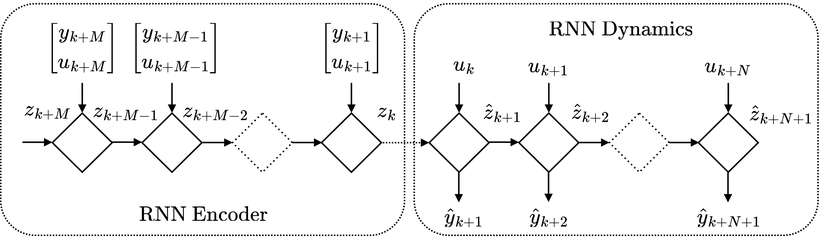
Earlier version of the draw.io export assets/img/blog/RNN-encoder.png (shamilmamedov/shamilmamedov.github.io). Source tidied: cells renumbered, new cells last; positions are measured from the earlier drawing's top-left corner, leaving out a move shared by most shapes.
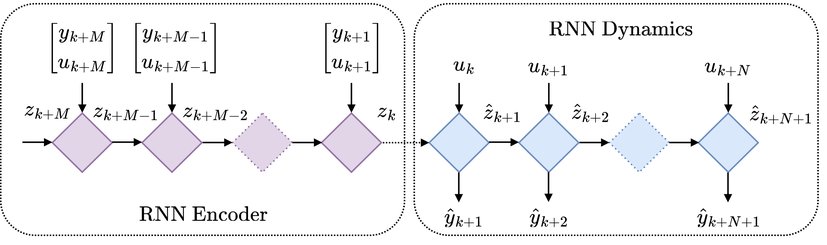
Above is the later version.

Diff of the diagram source:
```diff
@@ -2,190 +2,190 @@
   <root>
     <mxCell id="0" />
     <mxCell id="1" parent="0" />
-    <mxCell id="2" style="rhombus;whiteSpace=wrap;html=1;fillColor=none;" parent="1" vertex="1">
-      <mxGeometry x="34.5" y="73.2" width="40" height="39.5" as="geometry" />
+    <mxCell id="2" style="rounded=1;whiteSpace=wrap;html=1;fillColor=none;dashed=1;dashPattern=1 1;" parent="1" vertex="1">
+      <mxGeometry y="43" width="270" height="155" as="geometry" />
     </mxCell>
-    <mxCell id="3" style="rhombus;whiteSpace=wrap;html=1;fillColor=none;" parent="1" vertex="1">
-      <mxGeometry x="94.5" y="73.2" width="40" height="39.5" as="geometry" />
+    <mxCell id="3" style="rounded=1;whiteSpace=wrap;html=1;fillColor=none;dashed=1;dashPattern=1 1;" parent="1" vertex="1">
+      <mxGeometry x="276.5" y="43" width="270" height="155" as="geometry" />
     </mxCell>
-    <mxCell id="4" style="endArrow=block;html=1;rounded=0;endSize=3;endFill=1;" parent="1" edge="1">
-      <mxGeometry relative="1" as="geometry">
-        <mxPoint x="74.5" y="92.7" as="sourcePoint" />
-        <mxPoint x="94.5" y="92.7" as="targetPoint" />
-      </mxGeometry>
+    <mxCell id="4" style="rhombus;whiteSpace=wrap;html=1;fillColor=#e1d5e7;strokeColor=#9673a6;" parent="1" vertex="1">
+      <mxGeometry x="34.5" y="116.2" width="40" height="39.5" as="geometry" />
     </mxCell>
-    <mxCell id="5" value="$$z_{k+M-1}$$" style="text;html=1;strokeColor=none;fillColor=none;align=center;verticalAlign=middle;whiteSpace=wrap;rounded=0;" parent="1" vertex="1">
-      <mxGeometry x="53.5" y="56" width="60" height="30" as="geometry" />
+    <mxCell id="5" style="rhombus;whiteSpace=wrap;html=1;fillColor=#e1d5e7;strokeColor=#9673a6;" parent="1" vertex="1">
+      <mxGeometry x="94.5" y="116.2" width="40" height="39.5" as="geometry" />
     </mxCell>
-    <mxCell id="6" style="rhombus;whiteSpace=wrap;html=1;dashed=1;dashPattern=1 2;fillColor=none;" parent="1" vertex="1">
-      <mxGeometry x="155" y="73.2" width="40" height="39.5" as="geometry" />
+    <mxCell id="6" style="endArrow=block;html=1;rounded=0;endSize=3;endFill=1;" parent="1" edge="1">
+      <mxGeometry relative="1" as="geometry">
+        <mxPoint x="74.5" y="135.7" as="sourcePoint" />
+        <mxPoint x="94.5" y="135.7" as="targetPoint" />
+      </mxGeometry>
     </mxCell>
-    <mxCell id="7" style="endArrow=block;html=1;rounded=0;endSize=3;endFill=1;" parent="1" edge="1">
-      <mxGeometry relative="1" as="geometry">
-        <mxPoint x="135" y="92.9" as="sourcePoint" />
-        <mxPoint x="155" y="92.9" as="targetPoint" />
-      </mxGeometry>
+    <mxCell id="7" value="$$z_{k+M-1}$$" style="text;html=1;strokeColor=none;fillColor=none;align=center;verticalAlign=middle;whiteSpace=wrap;rounded=0;" parent="1" vertex="1">
+      <mxGeometry x="53.5" y="99" width="60" height="30" as="geometry" />
     </mxCell>
-    <mxCell id="8" style="rhombus;whiteSpace=wrap;html=1;fillColor=none;" parent="1" vertex="1">
-      <mxGeometry x="214.5" y="73.2" width="40" height="39.5" as="geometry" />
+    <mxCell id="8" style="rhombus;whiteSpace=wrap;html=1;dashed=1;dashPattern=1 2;fillColor=#e1d5e7;strokeColor=#9673a6;" parent="1" vertex="1">
+      <mxGeometry x="155" y="116.2" width="40" height="39.5" as="geometry" />
     </mxCell>
-    <mxCell id="9" value="$$z_{k}$$" style="text;html=1;strokeColor=none;fillColor=none;align=center;verticalAlign=middle;whiteSpace=wrap;rounded=0;" parent="1" vertex="1">
-      <mxGeometry x="229" y="56" width="60" height="30" as="geometry" />
+    <mxCell id="9" style="endArrow=block;html=1;rounded=0;endSize=3;endFill=1;" parent="1" edge="1">
+      <mxGeometry relative="1" as="geometry">
+        <mxPoint x="135" y="135.9" as="sourcePoint" />
+        <mxPoint x="155" y="135.9" as="targetPoint" />
+      </mxGeometry>
     </mxCell>
-    <mxCell id="10" style="endArrow=block;html=1;rounded=0;endSize=3;endFill=1;" parent="1" edge="1">
-      <mxGeometry relative="1" as="geometry">
-        <mxPoint x="195" y="92.9" as="sourcePoint" />
-        <mxPoint x="215" y="92.9" as="targetPoint" />
-      </mxGeometry>
+    <mxCell id="10" style="rhombus;whiteSpace=wrap;html=1;fillColor=#e1d5e7;strokeColor=#9673a6;" parent="1" vertex="1">
+      <mxGeometry x="214.5" y="116.2" width="40" height="39.5" as="geometry" />
     </mxCell>
-    <mxCell id="11" style="endArrow=block;html=1;rounded=0;endSize=3;endFill=1;" parent="1" edge="1">
-      <mxGeometry relative="1" as="geometry">
-        <mxPoint x="54.5" y="53" as="sourcePoint" />
-        <mxPoint x="54.5" y="73" as="targetPoint" />
-      </mxGeometry>
+    <mxCell id="11" value="$$z_{k}$$" style="text;html=1;strokeColor=none;fillColor=none;align=center;verticalAlign=middle;whiteSpace=wrap;rounded=0;" parent="1" vertex="1">
+      <mxGeometry x="229" y="99" width="60" height="30" as="geometry" />
     </mxCell>
-    <mxCell id="12" value="$$z_{k+M}$$" style="text;html=1;strokeColor=none;fillColor=none;align=center;verticalAlign=middle;whiteSpace=wrap;rounded=0;" parent="1" vertex="1">
-      <mxGeometry x="2" y="55" width="60" height="30" as="geometry" />
+    <mxCell id="12" style="endArrow=block;html=1;rounded=0;endSize=3;endFill=1;" parent="1" edge="1">
+      <mxGeometry relative="1" as="geometry">
+        <mxPoint x="195" y="135.9" as="sourcePoint" />
+        <mxPoint x="215" y="135.9" as="targetPoint" />
+      </mxGeometry>
     </mxCell>
-    <mxCell id="13" value="$$\begin{bmatrix}&lt;br&gt;y_{k+M} \\ u_{k+M}&lt;br&gt;\end{bmatrix}$$" style="text;html=1;strokeColor=none;fillColor=none;align=center;verticalAlign=middle;whiteSpace=wrap;rounded=0;" parent="1" vertex="1">
-      <mxGeometry x="24.5" y="15" width="60" height="30" as="geometry" />
+    <mxCell id="13" style="endArrow=block;html=1;rounded=0;endSize=3;endFill=1;" parent="1" edge="1">
+      <mxGeometry relative="1" as="geometry">
+        <mxPoint x="54.5" y="96" as="sourcePoint" />
+        <mxPoint x="54.5" y="116" as="targetPoint" />
+      </mxGeometry>
     </mxCell>
-    <mxCell id="14" style="endArrow=block;html=1;rounded=0;endSize=3;endFill=1;" parent="1" edge="1">
-      <mxGeometry relative="1" as="geometry">
-        <mxPoint x="114.5" y="53" as="sourcePoint" />
-        <mxPoint x="114.5" y="73" as="targetPoint" />
-      </mxGeometry>
+    <mxCell id="14" value="$$z_{k+M}$$" style="text;html=1;strokeColor=none;fillColor=none;align=center;verticalAlign=middle;whiteSpace=wrap;rounded=0;" parent="1" vertex="1">
+      <mxGeometry x="2" y="98" width="60" height="30" as="geometry" />
     </mxCell>
-    <mxCell id="15" style="endArrow=block;html=1;rounded=0;endSize=3;endFill=1;" parent="1" edge="1">
-      <mxGeometry relative="1" as="geometry">
-        <mxPoint x="234.5" y="53" as="sourcePoint" />
-        <mxPoint x="234.5" y="73" as="targetPoint" />
-      </mxGeometry>
+    <mxCell id="15" value="$$\begin{bmatrix}&lt;br&gt;y_{k+M} \\ u_{k+M}&lt;br&gt;\end{bmatrix}$$" style="text;html=1;strokeColor=none;fillColor=none;align=center;verticalAlign=middle;whiteSpace=wrap;rounded=0;" parent="1" vertex="1">
+      <mxGeometry x="24.5" y="58" width="60" height="30" as="geometry" />
     </mxCell>
     <mxCell id="16" style="endArrow=block;html=1;rounded=0;endSize=3;endFill=1;" parent="1" edge="1">
       <mxGeometry relative="1" as="geometry">
-        <mxPoint x="14.5" y="92.7" as="sourcePoint" />
-        <mxPoint x="34.5" y="92.7" as="targetPoint" />
+        <mxPoint x="114.5" y="96" as="sourcePoint" />
+        <mxPoint x="114.5" y="116" as="targetPoint" />
       </mxGeometry>
     </mxCell>
-    <mxCell id="17" value="$$z_{k+M-2}$$" style="text;html=1;strokeColor=none;fillColor=none;align=center;verticalAlign=middle;whiteSpace=wrap;rounded=0;" parent="1" vertex="1">
-      <mxGeometry x="114" y="56" width="60" height="30" as="geometry" />
+    <mxCell id="17" style="endArrow=block;html=1;rounded=0;endSize=3;endFill=1;" parent="1" edge="1">
+      <mxGeometry relative="1" as="geometry">
+        <mxPoint x="234.5" y="96" as="sourcePoint" />
+        <mxPoint x="234.5" y="116" as="targetPoint" />
+      </mxGeometry>
     </mxCell>
-    <mxCell id="18" value="$$\begin{bmatrix}&lt;br&gt;y_{k+M-1} \\ u_{k+M-1}&lt;br&gt;\end{bmatrix}$$" style="text;html=1;strokeColor=none;fillColor=none;align=center;verticalAlign=middle;whiteSpace=wrap;rounded=0;" parent="1" vertex="1">
-      <mxGeometry x="86.7" y="15" width="60" height="30" as="geometry" />
+    <mxCell id="18" style="endArrow=block;html=1;rounded=0;endSize=3;endFill=1;" parent="1" edge="1">
+      <mxGeometry relative="1" as="geometry">
+        <mxPoint x="14.5" y="135.7" as="sourcePoint" />
+        <mxPoint x="34.5" y="135.7" as="targetPoint" />
+      </mxGeometry>
     </mxCell>
-    <mxCell id="19" value="$$\begin{bmatrix}&lt;br&gt;y_{k+1} \\ u_{k+1}&lt;br&gt;\end{bmatrix}$$" style="text;html=1;strokeColor=none;fillColor=none;align=center;verticalAlign=middle;whiteSpace=wrap;rounded=0;" parent="1" vertex="1">
-      <mxGeometry x="204.5" y="15" width="60" height="30" as="geometry" />
+    <mxCell id="19" value="$$z_{k+M-2}$$" style="text;html=1;strokeColor=none;fillColor=none;align=center;verticalAlign=middle;whiteSpace=wrap;rounded=0;" parent="1" vertex="1">
+      <mxGeometry x="114" y="99" width="60" height="30" as="geometry" />
     </mxCell>
-    <mxCell id="20" style="rhombus;whiteSpace=wrap;html=1;fillColor=none;" parent="1" vertex="1">
-      <mxGeometry x="286.5" y="73.2" width="40" height="39.5" as="geometry" />
+    <mxCell id="20" value="$$\begin{bmatrix}&lt;br&gt;y_{k+M-1} \\ u_{k+M-1}&lt;br&gt;\end{bmatrix}$$" style="text;html=1;strokeColor=none;fillColor=none;align=center;verticalAlign=middle;whiteSpace=wrap;rounded=0;" parent="1" vertex="1">
+      <mxGeometry x="86.7" y="58" width="60" height="30" as="geometry" />
     </mxCell>
-    <mxCell id="21" style="rhombus;whiteSpace=wrap;html=1;fillColor=none;" parent="1" vertex="1">
-      <mxGeometry x="346.5" y="73.2" width="40" height="39.5" as="geometry" />
+    <mxCell id="21" value="$$\begin{bmatrix}&lt;br&gt;y_{k+1} \\ u_{k+1}&lt;br&gt;\end{bmatrix}$$" style="text;html=1;strokeColor=none;fillColor=none;align=center;verticalAlign=middle;whiteSpace=wrap;rounded=0;" parent="1" vertex="1">
+      <mxGeometry x="204.5" y="58" width="60" height="30" as="geometry" />
     </mxCell>
-    <mxCell id="22" style="endArrow=block;html=1;rounded=0;endSize=3;endFill=1;" parent="1" edge="1">
-      <mxGeometry relative="1" as="geometry">
-        <mxPoint x="326.5" y="92.7" as="sourcePoint" />
-        <mxPoint x="346.5" y="92.7" as="targetPoint" />
-      </mxGeometry>
+    <mxCell id="22" style="rhombus;whiteSpace=wrap;html=1;fillColor=#dae8fc;strokeColor=#6c8ebf;" parent="1" vertex="1">
+      <mxGeometry x="286.5" y="116.2" width="40" height="39.5" as="geometry" />
     </mxCell>
-    <mxCell id="23" value="$$\hat z_{k+1}$$" style="text;html=1;strokeColor=none;fillColor=none;align=center;verticalAlign=middle;whiteSpace=wrap;rounded=0;" parent="1" vertex="1">
-      <mxGeometry x="305.5" y="57" width="60" height="30" as="geometry" />
+    <mxCell id="23" style="rhombus;whiteSpace=wrap;html=1;fillColor=#dae8fc;strokeColor=#6c8ebf;" parent="1" vertex="1">
+      <mxGeometry x="346.5" y="116.2" width="40" height="39.5" as="geometry" />
     </mxCell>
-    <mxCell id="24" value="$$\hat z_{k+2}$$" style="text;html=1;strokeColor=none;fillColor=none;align=center;verticalAlign=middle;whiteSpace=wrap;rounded=0;" parent="1" vertex="1">
-      <mxGeometry x="365" y="57" width="60" height="30" as="geometry" />
+    <mxCell id="24" style="endArrow=block;html=1;rounded=0;endSize=3;endFill=1;" parent="1" edge="1">
+      <mxGeometry relative="1" as="geometry">
+        <mxPoint x="326.5" y="135.7" as="sourcePoint" />
+        <mxPoint x="346.5" y="135.7" as="targetPoint" />
+      </mxGeometry>
     </mxCell>
-    <mxCell id="25" style="rhombus;whiteSpace=wrap;html=1;dashed=1;dashPattern=1 2;fillColor=none;" parent="1" vertex="1">
-      <mxGeometry x="407" y="73.2" width="40" height="39.5" as="geometry" />
+    <mxCell id="25" value="$$\hat z_{k+1}$$" style="text;html=1;strokeColor=none;fillColor=none;align=center;verticalAlign=middle;whiteSpace=wrap;rounded=0;" parent="1" vertex="1">
+      <mxGeometry x="305.5" y="100" width="60" height="30" as="geometry" />
     </mxCell>
-    <mxCell id="26" style="endArrow=block;html=1;rounded=0;endSize=3;endFill=1;" parent="1" edge="1">
-      <mxGeometry relative="1" as="geometry">
-        <mxPoint x="387" y="92.9" as="sourcePoint" />
-        <mxPoint x="407" y="92.9" as="targetPoint" />
-      </mxGeometry>
+    <mxCell id="26" value="$$\hat z_{k+2}$$" style="text;html=1;strokeColor=none;fillColor=none;align=center;verticalAlign=middle;whiteSpace=wrap;rounded=0;" parent="1" vertex="1">
+      <mxGeometry x="365" y="100" width="60" height="30" as="geometry" />
     </mxCell>
-    <mxCell id="27" style="rhombus;whiteSpace=wrap;html=1;fillColor=none;" parent="1" vertex="1">
-      <mxGeometry x="466.5" y="73.2" width="40" height="39.5" as="geometry" />
+    <mxCell id="27" style="rhombus;whiteSpace=wrap;html=1;dashed=1;dashPattern=1 2;fillColor=#dae8fc;strokeColor=#6c8ebf;" parent="1" vertex="1">
+      <mxGeometry x="407" y="116.2" width="40" height="39.5" as="geometry" />
     </mxCell>
-    <mxCell id="28" value="$$\hat z_{k+N+1}$$" style="text;html=1;strokeColor=none;fillColor=none;align=center;verticalAlign=middle;whiteSpace=wrap;rounded=0;" parent="1" vertex="1">
-      <mxGeometry x="491.5" y="58" width="60" height="30" as="geometry" />
+    <mxCell id="28" style="endArrow=block;html=1;rounded=0;endSize=3;endFill=1;" parent="1" edge="1">
+      <mxGeometry relative="1" as="geometry">
+        <mxPoint x="387" y="135.9" as="sourcePoint" />
+        <mxPoint x="407" y="135.9" as="targetPoint" />
+      </mxGeometry>
     </mxCell>
-    <mxCell id="29" style="endArrow=block;html=1;rounded=0;endSize=3;endFill=1;" parent="1" edge="1">
-      <mxGeometry relative="1" as="geometry">
-        <mxPoint x="447" y="92.9" as="sourcePoint" />
-        <mxPoint x="467" y="92.9" as="targetPoint" />
-      </mxGeometry>
+    <mxCell id="29" style="rhombus;whiteSpace=wrap;html=1;fillColor=#dae8fc;strokeColor=#6c8ebf;" parent="1" vertex="1">
+      <mxGeometry x="466.5" y="116.2" width="40" height="39.5" as="geometry" />
     </mxCell>
-    <mxCell id="30" style="endArrow=block;html=1;rounded=0;endSize=3;endFill=1;" parent="1" edge="1">
-      <mxGeometry relative="1" as="geometry">
-        <mxPoint x="306.5" y="53" as="sourcePoint" />
-        <mxPoint x="306.5" y="73" as="targetPoint" />
-      </mxGeometry>
+    <mxCell id="30" value="$$\hat z_{k+N+1}$$" style="text;html=1;strokeColor=none;fillColor=none;align=center;verticalAlign=middle;whiteSpace=wrap;rounded=0;" parent="1" vertex="1">
+      <mxGeometry x="491.5" y="101" width="60" height="30" as="geometry" />
     </mxCell>
     <mxCell id="31" style="endArrow=block;html=1;rounded=0;endSize=3;endFill=1;" parent="1" edge="1">
       <mxGeometry relative="1" as="geometry">
-        <mxPoint x="366.5" y="53" as="sourcePoint" />
-        <mxPoint x="366.5" y="73" as="targetPoint" />
+        <mxPoint x="447" y="135.9" as="sourcePoint" />
+        <mxPoint x="467" y="135.9" as="targetPoint" />
       </mxGeometry>
     </mxCell>
-    <mxCell id="32" value="&lt;div&gt;$$u_{k+1}$$&lt;/div&gt;" style="text;html=1;strokeColor=none;fillColor=none;align=center;verticalAlign=middle;whiteSpace=wrap;rounded=0;" parent="1" vertex="1">
-      <mxGeometry x="336.5" y="26" width="60" height="30" as="geometry" />
+    <mxCell id="32" style="endArrow=block;html=1;rounded=0;endSize=3;endFill=1;" parent="1" edge="1">
+      <mxGeometry relative="1" as="geometry">
+        <mxPoint x="306.5" y="96" as="sourcePoint" />
+        <mxPoint x="306.5" y="116" as="targetPoint" />
+      </mxGeometry>
     </mxCell>
     <mxCell id="33" style="endArrow=block;html=1;rounded=0;endSize=3;endFill=1;" parent="1" edge="1">
       <mxGeometry relative="1" as="geometry">
-        <mxPoint x="486.5" y="53" as="sourcePoint" />
-        <mxPoint x="486.5" y="73" as="targetPoint" />
+        <mxPoint x="366.5" y="96" as="sourcePoint" />
+        <mxPoint x="366.5" y="116" as="targetPoint" />
       </mxGeometry>
     </mxCell>
-    <mxCell id="34" value="$$u_{k+N}$$" style="text;html=1;strokeColor=none;fillColor=none;align=center;verticalAlign=middle;whiteSpace=wrap;rounded=0;" parent="1" vertex="1">
-      <mxGeometry x="456.5" y="26" width="60" height="30" as="geometry" />
+    <mxCell id="34" value="&lt;div&gt;$$u_{k+1}$$&lt;/div&gt;" style="text;html=1;strokeColor=none;fillColor=none;align=center;verticalAlign=middle;whiteSpace=wrap;rounded=0;" parent="1" vertex="1">
+      <mxGeometry x="336.5" y="69" width="60" height="30" as="geometry" />
     </mxCell>
-    <mxCell id="35" value="&lt;div&gt;$$u_{k}$$&lt;/div&gt;" style="text;html=1;strokeColor=none;fillColor=none;align=center;verticalAlign=middle;whiteSpace=wrap;rounded=0;" parent="1" vertex="1">
-      <mxGeometry x="279.5" y="25" width="60" height="30" as="geometry" />
+    <mxCell id="35" style="endArrow=block;html=1;rounded=0;endSize=3;endFill=1;" parent="1" edge="1">
+      <mxGeometry relative="1" as="geometry">
+        <mxPoint x="486.5" y="96" as="sourcePoint" />
+        <mxPoint x="486.5" y="116" as="targetPoint" />
+      </mxGeometry>
     </mxCell>
-    <mxCell id="36" style="endArrow=block;html=1;rounded=0;endSize=3;endFill=1;entryX=0;entryY=0.5;entryDx=0;entryDy=0;dashed=1;dashPattern=1 1;" parent="1" edge="1" target="20">
-      <mxGeometry relative="1" as="geometry">
-        <mxPoint x="255.5" y="93" as="sourcePoint" />
-      </mxGeometry>
+    <mxCell id="36" value="$$u_{k+N}$$" style="text;html=1;strokeColor=none;fillColor=none;align=center;verticalAlign=middle;whiteSpace=wrap;rounded=0;" parent="1" vertex="1">
+      <mxGeometry x="456.5" y="69" width="60" height="30" as="geometry" />
     </mxCell>
-    <mxCell id="37" style="rounded=1;whiteSpace=wrap;html=1;fillColor=none;dashed=1;dashPattern=1 1;" parent="1" vertex="1">
-      <mxGeometry width="270" height="155" as="geometry" />
+    <mxCell id="37" value="&lt;div&gt;$$u_{k}$$&lt;/div&gt;" style="text;html=1;strokeColor=none;fillColor=none;align=center;verticalAlign=middle;whiteSpace=wrap;rounded=0;" parent="1" vertex="1">
+      <mxGeometry x="279.5" y="68" width="60" height="30" as="geometry" />
     </mxCell>
-    <mxCell id="38" value="$$\mathrm{RNN \ Encoder}$$" style="text;html=1;strokeColor=none;fillColor=none;align=center;verticalAlign=middle;whiteSpace=wrap;rounded=0;" parent="1" vertex="1">
-      <mxGeometry x="87.5" y="125" width="95.5" height="30" as="geometry" />
+    <mxCell id="38" style="endArrow=block;html=1;rounded=0;endSize=3;endFill=1;entryX=0;entryY=0.5;entryDx=0;entryDy=0;dashed=1;dashPattern=1 1;" parent="1" edge="1" target="22">
+      <mxGeometry relative="1" as="geometry">
+        <mxPoint x="255.5" y="136" as="sourcePoint" />
+      </mxGeometry>
     </mxCell>
-    <mxCell id="39" style="endArrow=block;html=1;rounded=0;endSize=3;endFill=1;" parent="1" edge="1">
-      <mxGeometry relative="1" as="geometry">
-        <mxPoint x="306.3" y="113" as="sourcePoint" />
-        <mxPoint x="306.3" y="133" as="targetPoint" />
-      </mxGeometry>
+    <mxCell id="39" value="$$\mathrm{RNN \ Encoder}$$" style="text;html=1;strokeColor=none;fillColor=none;align=center;verticalAlign=middle;whiteSpace=wrap;rounded=0;" parent="1" vertex="1">
+      <mxGeometry x="87.5" y="168" width="95.5" height="30" as="geometry" />
     </mxCell>
     <mxCell id="40" style="endArrow=block;html=1;rounded=0;endSize=3;endFill=1;" parent="1" edge="1">
       <mxGeometry relative="1" as="geometry">
-        <mxPoint x="366.3" y="112.8" as="sourcePoint" />
-        <mxPoint x="366.3" y="132.8" as="targetPoint" />
+        <mxPoint x="306.3" y="156" as="sourcePoint" />
+        <mxPoint x="306.3" y="176" as="targetPoint" />
       </mxGeometry>
     </mxCell>
     <mxCell id="41" style="endArrow=block;html=1;rounded=0;endSize=3;endFill=1;" parent="1" edge="1">
       <mxGeometry relative="1" as="geometry">
-        <mxPoint x="486.3" y="113" as="sourcePoint" />
-        <mxPoint x="486.3" y="133" as="targetPoint" />
+        <mxPoint x="366.3" y="155.8" as="sourcePoint" />
+        <mxPoint x="366.3" y="175.8" as="targetPoint" />
       </mxGeometry>
     </mxCell>
-    <mxCell id="42" value="$$\hat y_{k+1}$$" style="text;html=1;strokeColor=none;fillColor=none;align=center;verticalAlign=middle;whiteSpace=wrap;rounded=0;" parent="1" vertex="1">
-      <mxGeometry x="279.5" y="127" width="60" height="30" as="geometry" />
+    <mxCell id="42" style="endArrow=block;html=1;rounded=0;endSize=3;endFill=1;" parent="1" edge="1">
+      <mxGeometry relative="1" as="geometry">
+        <mxPoint x="486.3" y="156" as="sourcePoint" />
+        <mxPoint x="486.3" y="176" as="targetPoint" />
+      </mxGeometry>
     </mxCell>
-    <mxCell id="43" value="$$\hat y_{k+2}$$" style="text;html=1;strokeColor=none;fillColor=none;align=center;verticalAlign=middle;whiteSpace=wrap;rounded=0;" parent="1" vertex="1">
-      <mxGeometry x="336.5" y="127" width="60" height="30" as="geometry" />
+    <mxCell id="43" value="$$\hat y_{k+1}$$" style="text;html=1;strokeColor=none;fillColor=none;align=center;verticalAlign=middle;whiteSpace=wrap;rounded=0;" parent="1" vertex="1">
+      <mxGeometry x="279.5" y="170" width="60" height="30" as="geometry" />
     </mxCell>
-    <mxCell id="44" value="$$\hat y_{k+N+1}$$" style="text;html=1;strokeColor=none;fillColor=none;align=center;verticalAlign=middle;whiteSpace=wrap;rounded=0;" parent="1" vertex="1">
-      <mxGeometry x="457" y="127" width="60" height="30" as="geometry" />
+    <mxCell id="44" value="$$\hat y_{k+2}$$" style="text;html=1;strokeColor=none;fillColor=none;align=center;verticalAlign=middle;whiteSpace=wrap;rounded=0;" parent="1" vertex="1">
+      <mxGeometry x="336.5" y="170" width="60" height="30" as="geometry" />
     </mxCell>
-    <mxCell id="45" style="rounded=1;whiteSpace=wrap;html=1;fillColor=none;dashed=1;dashPattern=1 1;" parent="1" vertex="1">
-      <mxGeometry x="276.5" width="270" height="155" as="geometry" />
+    <mxCell id="45" value="$$\hat y_{k+N+1}$$" style="text;html=1;strokeColor=none;fillColor=none;align=center;verticalAlign=middle;whiteSpace=wrap;rounded=0;" parent="1" vertex="1">
+      <mxGeometry x="457" y="170" width="60" height="30" as="geometry" />
     </mxCell>
     <mxCell id="46" value="$$\mathrm{RNN \ Dynamics}$$" style="text;html=1;strokeColor=none;fillColor=none;align=center;verticalAlign=middle;whiteSpace=wrap;rounded=0;" parent="1" vertex="1">
-      <mxGeometry x="367" y="2" width="95.5" height="30" as="geometry" />
+      <mxGeometry x="367" y="45" width="95.5" height="30" as="geometry" />
     </mxCell>
   </root>
 </mxGraphModel>
```
